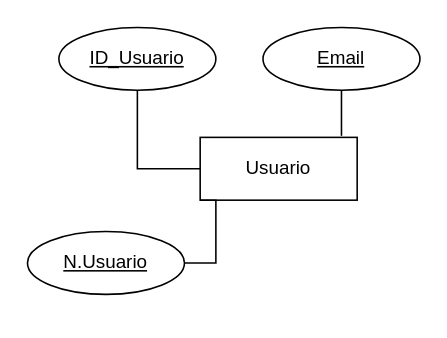
The draw.io diagram Practica 1 .drawio in UzielVG10/FUNDAMENTOS-E-BASE-DE-DATOS-, before the edit. Source tidied: cells renumbered, new cells numbered last; positions are measured from the earlier drawing's top-left corner, leaving out a move shared by most shapes. Both pictures are drawn from the tidied source at 157%, with x=0, y=0 at pixel (27, 27).
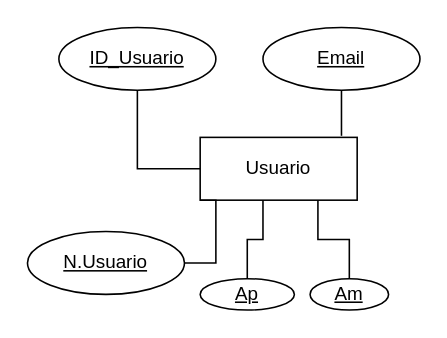
The same diagram, later.

What changed in the source:
```diff
@@
 <mxGraphModel>
   <root>
     <mxCell id="0" />
     <mxCell id="1" parent="0" />
     <mxCell id="2" value="Usuario" style="whiteSpace=wrap;html=1;align=center;" parent="1" vertex="1">
       <mxGeometry x="110" y="70" width="100" height="40" as="geometry" />
     </mxCell>
     <mxCell id="3" style="edgeStyle=orthogonalEdgeStyle;rounded=0;jettySize=auto;html=1;entryX=0;entryY=0.5;entryDx=0;entryDy=0;endArrow=none;endFill=0;" parent="1" edge="1" source="4" target="2">
       <mxGeometry relative="1" as="geometry" />
     </mxCell>
     <mxCell id="4" value="ID_Usuario" style="ellipse;whiteSpace=wrap;html=1;align=center;fontStyle=20;" parent="1" vertex="1">
       <mxGeometry x="20" width="100" height="40" as="geometry" />
     </mxCell>
     <mxCell id="5" value="Email" style="ellipse;whiteSpace=wrap;html=1;align=center;fontStyle=20;" parent="1" vertex="1">
       <mxGeometry x="150" width="100" height="40" as="geometry" />
     </mxCell>
     <mxCell id="6" style="edgeStyle=orthogonalEdgeStyle;rounded=0;jettySize=auto;html=1;exitX=0.5;exitY=1;exitDx=0;exitDy=0;entryX=0.9;entryY=-0.025;entryDx=0;entryDy=0;entryPerimeter=0;endArrow=none;endFill=0;" parent="1" edge="1" source="5" target="2">
       <mxGeometry relative="1" as="geometry" />
     </mxCell>
     <mxCell id="7" style="edgeStyle=orthogonalEdgeStyle;rounded=0;jettySize=auto;html=1;exitX=1;exitY=0.5;exitDx=0;exitDy=0;entryX=0;entryY=1;entryDx=0;entryDy=0;endArrow=none;endFill=0;" parent="1" edge="1" source="8" target="2">
       <mxGeometry relative="1" as="geometry" />
     </mxCell>
     <mxCell id="8" value="N.Usuario" style="ellipse;whiteSpace=wrap;html=1;align=center;fontStyle=20;" parent="1" vertex="1">
       <mxGeometry y="130" width="100" height="40" as="geometry" />
     </mxCell>
+    <mxCell id="9" value="Ap" style="ellipse;whiteSpace=wrap;html=1;align=center;fontStyle=20;" parent="1" vertex="1">
+      <mxGeometry x="110" y="160" width="60" height="20" as="geometry" />
+    </mxCell>
+    <mxCell id="10" style="edgeStyle=orthogonalEdgeStyle;rounded=0;jettySize=auto;html=1;exitX=0.5;exitY=0;exitDx=0;exitDy=0;entryX=0.75;entryY=1;entryDx=0;entryDy=0;endArrow=none;endFill=0;" parent="1" edge="1" source="11" target="2">
+      <mxGeometry relative="1" as="geometry" />
+    </mxCell>
+    <mxCell id="11" value="Am" style="ellipse;whiteSpace=wrap;html=1;align=center;fontStyle=20;" parent="1" vertex="1">
+      <mxGeometry x="180" y="160" width="50" height="20" as="geometry" />
+    </mxCell>
+    <mxCell id="12" style="edgeStyle=orthogonalEdgeStyle;rounded=0;jettySize=auto;html=1;exitX=0.5;exitY=0;exitDx=0;exitDy=0;entryX=0.4;entryY=1;entryDx=0;entryDy=0;entryPerimeter=0;endArrow=none;endFill=0;" parent="1" edge="1" source="9" target="2">
+      <mxGeometry relative="1" as="geometry" />
+    </mxCell>
   </root>
 </mxGraphModel>
```
